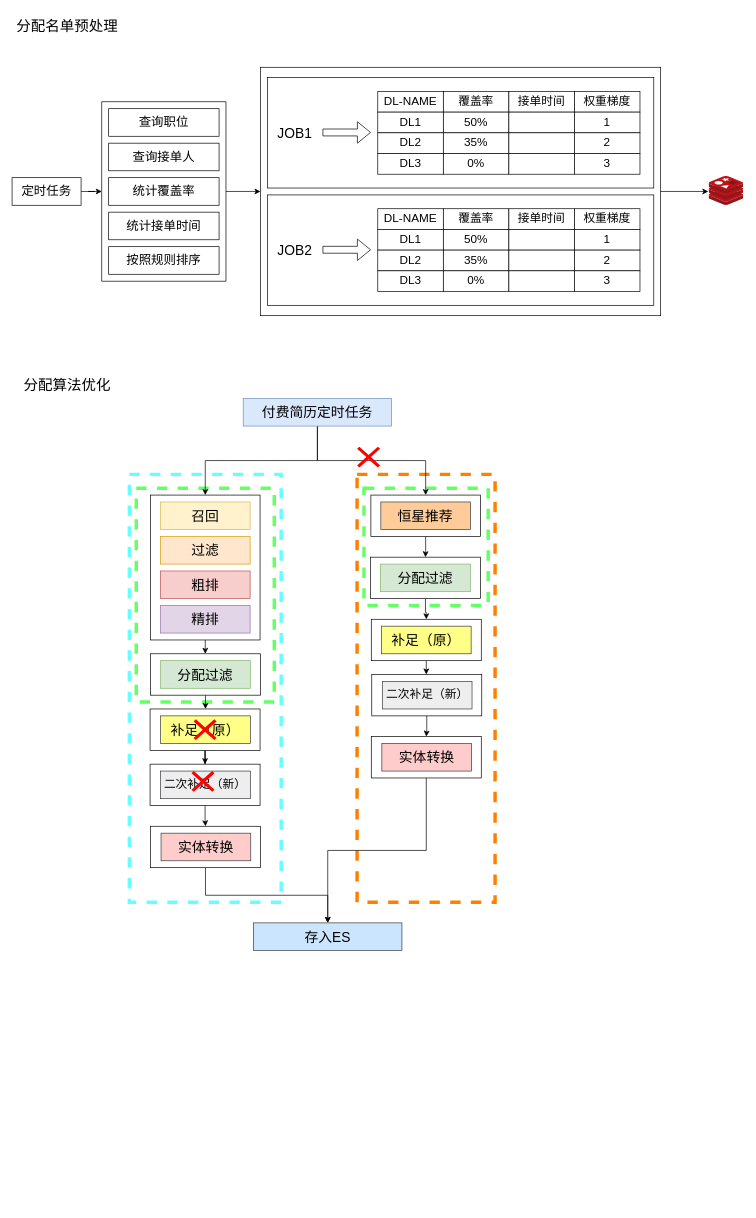
Earlier version of the draw.io diagram 推荐分配算法优化.drawio (LuOyEbY/draw-b). Source tidied: cells renumbered, new cells numbered last; positions are measured from the earlier drawing's top-left corner, leaving out a move shared by most shapes. Both pictures are drawn from the tidied source at 69%, with x=0, y=0 at pixel (12, 12).
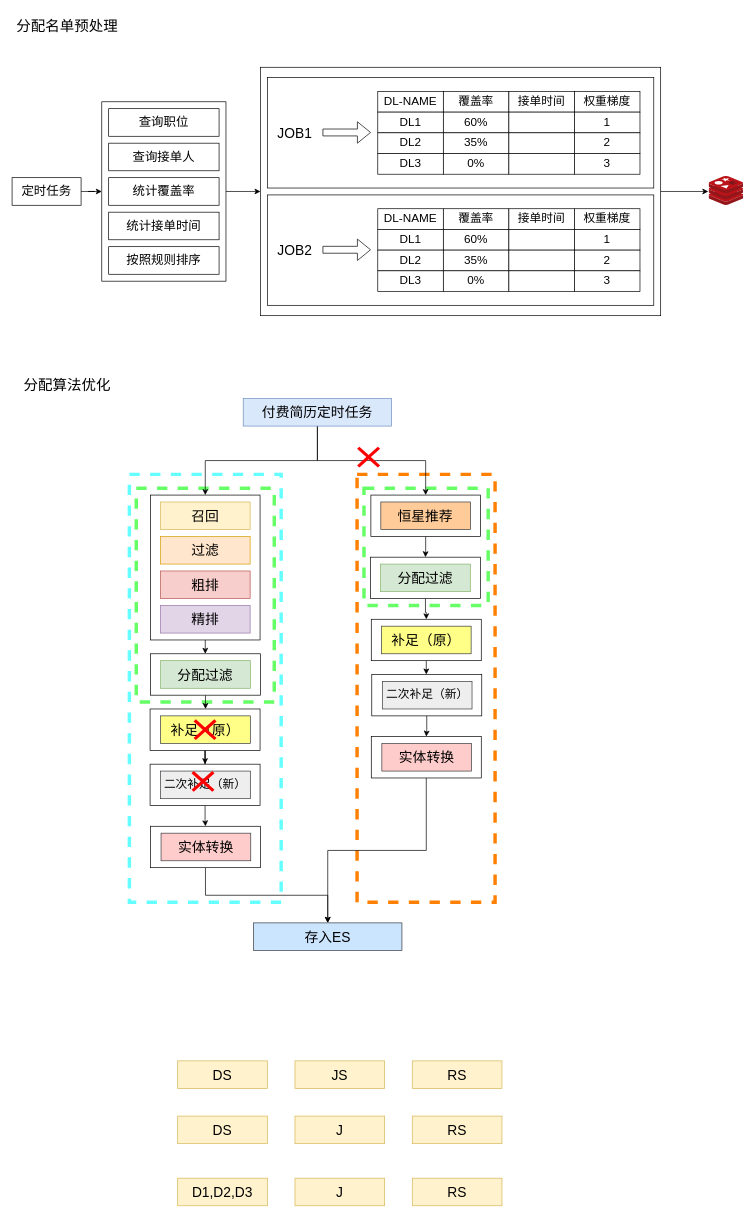
After the change.

Commit message:
更新推荐分配算法优化.drawio

The change refers to these unchanged cells:
```xml
<mxCell id="15" style="group;" parent="13" vertex="1">
  <mxGeometry x="160" y="20" width="380" height="120" as="geometry" />
</mxCell>
<mxCell id="36" style="group;" parent="34" vertex="1">
  <mxGeometry x="160" y="20" width="380" height="120" as="geometry" />
</mxCell>
```

Change to the diagram source:
```diff
@@
-    <mxCell id="21" value="50%" style="rounded=0;whiteSpace=wrap;html=1;fontSize=17;" parent="15" vertex="1">
+    <mxCell id="21" value="60%" style="rounded=0;whiteSpace=wrap;html=1;fontSize=17;" parent="15" vertex="1">
       <mxGeometry x="95" y="30" width="95" height="30" as="geometry" />
     </mxCell>
@@
-    <mxCell id="42" value="50%" style="rounded=0;whiteSpace=wrap;html=1;fontSize=17;" parent="36" vertex="1">
+    <mxCell id="42" value="60%" style="rounded=0;whiteSpace=wrap;html=1;fontSize=17;" parent="36" vertex="1">
       <mxGeometry x="95" y="30" width="95" height="30" as="geometry" />
     </mxCell>
@@
+    <mxCell id="103" value="DS" style="rounded=0;whiteSpace=wrap;html=1;fontSize=20;fillColor=#fff2cc;strokeColor=#d6b656;" parent="1" vertex="1">
+      <mxGeometry x="240" y="1520" width="130" height="40" as="geometry" />
+    </mxCell>
+    <mxCell id="104" value="JS" style="rounded=0;whiteSpace=wrap;html=1;fontSize=20;fillColor=#fff2cc;strokeColor=#d6b656;" parent="1" vertex="1">
+      <mxGeometry x="410" y="1520" width="130" height="40" as="geometry" />
+    </mxCell>
+    <mxCell id="105" value="RS" style="rounded=0;whiteSpace=wrap;html=1;fontSize=20;fillColor=#fff2cc;strokeColor=#d6b656;" parent="1" vertex="1">
+      <mxGeometry x="580" y="1520" width="130" height="40" as="geometry" />
+    </mxCell>
+    <mxCell id="106" value="DS" style="rounded=0;whiteSpace=wrap;html=1;fontSize=20;fillColor=#fff2cc;strokeColor=#d6b656;" parent="1" vertex="1">
+      <mxGeometry x="240" y="1600" width="130" height="40" as="geometry" />
+    </mxCell>
+    <mxCell id="107" value="J" style="rounded=0;whiteSpace=wrap;html=1;fontSize=20;fillColor=#fff2cc;strokeColor=#d6b656;" parent="1" vertex="1">
+      <mxGeometry x="410" y="1600" width="130" height="40" as="geometry" />
+    </mxCell>
+    <mxCell id="108" value="RS" style="rounded=0;whiteSpace=wrap;html=1;fontSize=20;fillColor=#fff2cc;strokeColor=#d6b656;" parent="1" vertex="1">
+      <mxGeometry x="580" y="1600" width="130" height="40" as="geometry" />
+    </mxCell>
+    <mxCell id="109" value="D1,D2,D3" style="rounded=0;whiteSpace=wrap;html=1;fontSize=20;fillColor=#fff2cc;strokeColor=#d6b656;" parent="1" vertex="1">
+      <mxGeometry x="240" y="1690" width="130" height="40" as="geometry" />
+    </mxCell>
+    <mxCell id="110" value="J" style="rounded=0;whiteSpace=wrap;html=1;fontSize=20;fillColor=#fff2cc;strokeColor=#d6b656;" parent="1" vertex="1">
+      <mxGeometry x="410" y="1690" width="130" height="40" as="geometry" />
+    </mxCell>
+    <mxCell id="111" value="RS" style="rounded=0;whiteSpace=wrap;html=1;fontSize=20;fillColor=#fff2cc;strokeColor=#d6b656;" parent="1" vertex="1">
+      <mxGeometry x="580" y="1690" width="130" height="40" as="geometry" />
+    </mxCell>
```
